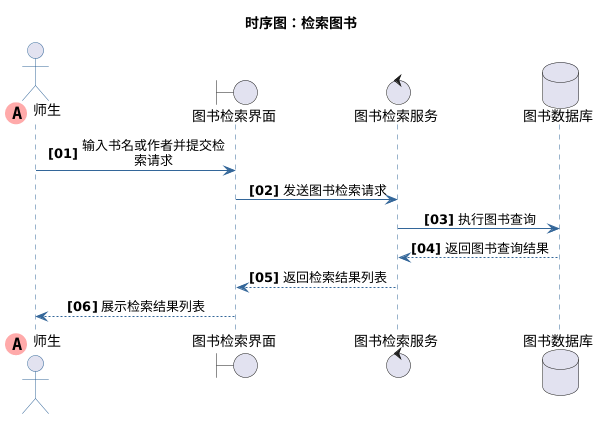
This is output/library_UML/sequence_diagrams/检索图书.png from Sunday17/UML-LLM, a PlantUML export, as it was before one commit.
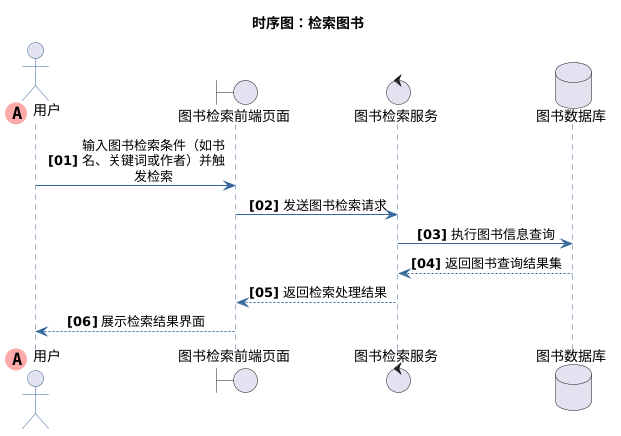
The same file after the commit.

Change to the diagram source:
```diff
@@ -29,13 +29,13 @@
 
 
 
-actor "师生" << (A,#FFAAAA) >> order 0
+actor "用户" << (A,#FFAAAA) >> order 0
 
 
 
 
 
-boundary "图书检索界面"
+boundary "图书检索前端页面"
 
 
 
@@ -56,25 +56,25 @@
 
 
 
-"师生" -> "图书检索界面" : 输入书名或作者并提交检索请求
+"用户" -> "图书检索前端页面" : 输入图书检索条件（如书名、关键词或作者）并触发检索
 
 
 
-"图书检索界面" -> "图书检索服务" : 发送图书检索请求
+"图书检索前端页面" -> "图书检索服务" : 发送图书检索请求
 
 
 
-"图书检索服务" -> "图书数据库" : 执行图书查询
+"图书检索服务" -> "图书数据库" : 执行图书信息查询
 
 
 
-"图书数据库" --> "图书检索服务" : 返回图书查询结果
+"图书数据库" --> "图书检索服务" : 返回图书查询结果集
 
 
 
-"图书检索服务" --> "图书检索界面" : 返回检索结果列表
+"图书检索服务" --> "图书检索前端页面" : 返回检索处理结果
 
 
 
-"图书检索界面" --> "师生" : 展示检索结果列表
+"图书检索前端页面" --> "用户" : 展示检索结果界面
 @enduml
```
